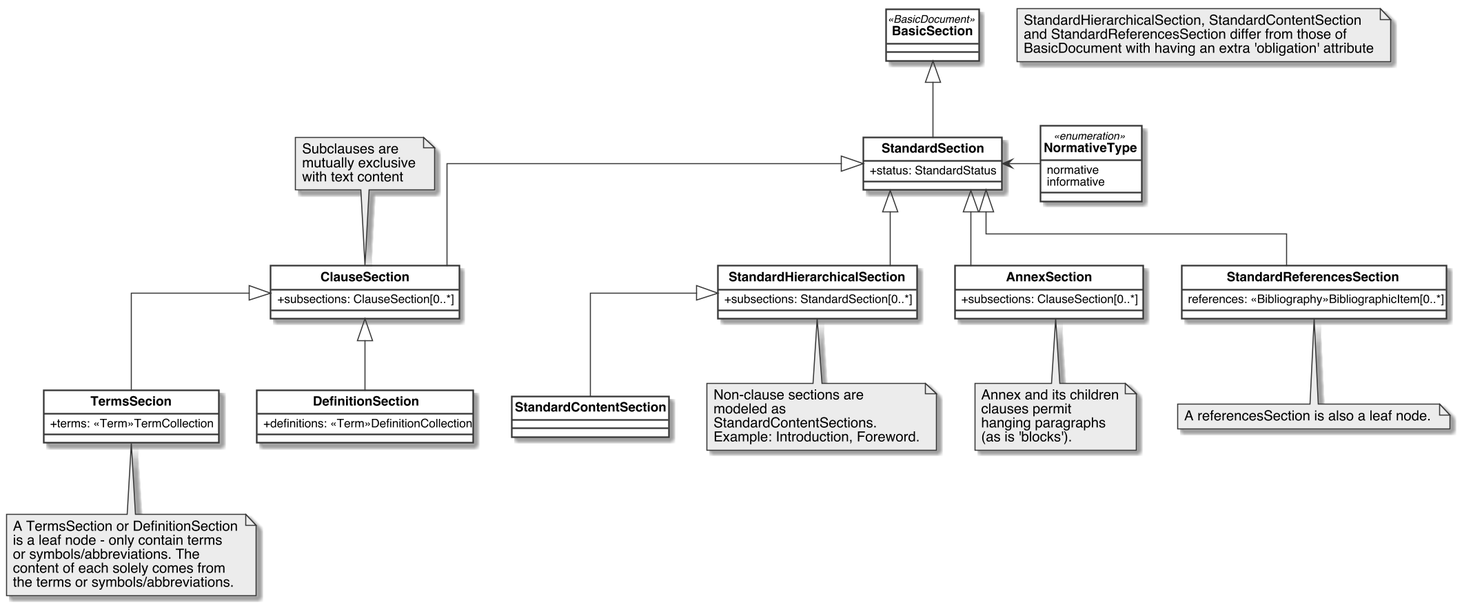
The PlantUML diagram standoc/images/StandardDoc_Sections.png in metanorma/standoc-models, before a commit. The source it was exported from:
```plantuml
@startuml StandardDoc_Sections

skinparam classAttributeIconSize 0
skinparam Dpi 150
skinparam Monochrome true
skinparam LineType ortho
hide circle
skinparam Default {
TextAlignment center
FontName Helvetica
}
skinparam Class {
AttributeIconSize 0
BackgroundColor White
FontStyle bold
StereotypeFontSize 10
}
skinparam Rectangle {
BackgroundColor White
FontStyle bold
FontSize 11
StereotypeFontSize 10
}
skinparam Object {
BackgroundColor White
FontStyle bold
FontSize 11
StereotypeFontSize 10
}

skinparam Entity {
StereotypeFontSize 10
}

class BasicSection <<BasicDocument>> {

}

class StandardSection {
    +status: StandardStatus
}

class StandardHierarchicalSection{
    +subsections: StandardSection[0..*]
}

class StandardContentSection{

}

class ClauseSection{
    +subsections: ClauseSection[0..*]
}

class TermsSecion{
    +terms: <<Term>>TermCollection
}

class DefinitionSection{
    +definitions: <<Term>>DefinitionCollection
}

class AnnexSection{
    +subsections: ClauseSection[0..*]
}

class StandardReferencesSection{
    references: <<Bibliography>>BibliographicItem[0..*]
}

enum NormativeType <<enumeration>>{
    normative
    informative
}

note "StandardHierarchicalSection, StandardContentSection\nand StandardReferencesSection differ from those of\nBasicDocument with having an extra 'obligation' attribute" as N1
note bottom of StandardHierarchicalSection: Non-clause sections are\nmodeled as\nStandardContentSections.\nExample: Introduction, Foreword.
note top of ClauseSection: Subclauses are\nmutually exclusive\nwith text content
note bottom of TermsSecion: A TermsSection or DefinitionSection\nis a leaf node - only contain terms\nor symbols/abbreviations. The\ncontent of each solely comes from\nthe terms or symbols/abbreviations.
note bottom of AnnexSection: Annex and its children\nclauses permit\nhanging paragraphs\n(as is 'blocks').
note bottom of StandardReferencesSection: A referencesSection is also a leaf node.

BasicSection <|-- StandardSection

StandardSection <-left- NormativeType
StandardSection <|-- StandardHierarchicalSection
StandardSection <|-- ClauseSection
StandardSection <|-- AnnexSection
StandardSection <|-- StandardReferencesSection

StandardHierarchicalSection <|-- StandardContentSection

ClauseSection <|-- TermsSecion
ClauseSection <|-- DefinitionSection

@enduml
```
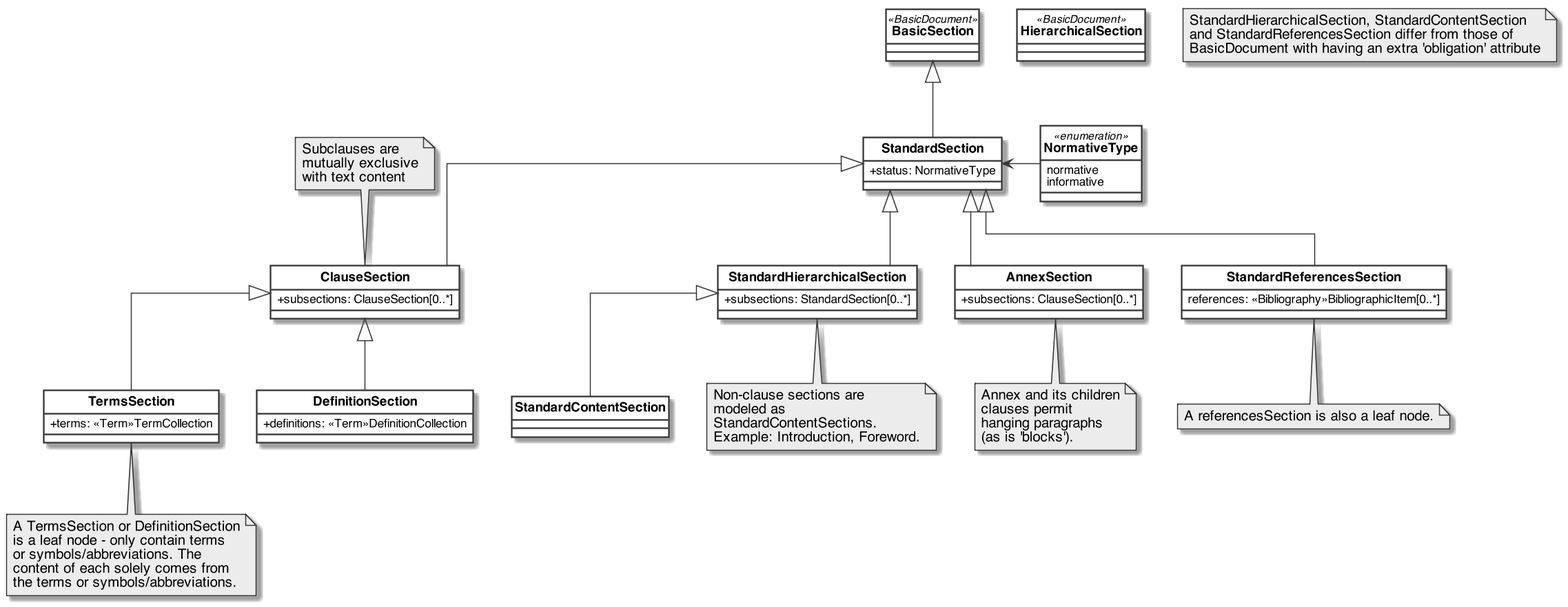
After the commit.

Change to the diagram source:
```diff
@@ -33,11 +33,13 @@
 }
 
 class BasicSection <<BasicDocument>> {
+}
 
+class HierarchicalSection <<BasicDocument>> {
 }
 
 class StandardSection {
-    +status: StandardStatus
+    +status: NormativeType
 }
 
 class StandardHierarchicalSection{
@@ -52,7 +54,7 @@
     +subsections: ClauseSection[0..*]
 }
 
-class TermsSecion{
+class TermsSection{
     +terms: <<Term>>TermCollection
 }
 
@@ -76,7 +78,7 @@
 note "StandardHierarchicalSection, StandardContentSection\nand StandardReferencesSection differ from those of\nBasicDocument with having an extra 'obligation' attribute" as N1
 note bottom of StandardHierarchicalSection: Non-clause sections are\nmodeled as\nStandardContentSections.\nExample: Introduction, Foreword.
 note top of ClauseSection: Subclauses are\nmutually exclusive\nwith text content
-note bottom of TermsSecion: A TermsSection or DefinitionSection\nis a leaf node - only contain terms\nor symbols/abbreviations. The\ncontent of each solely comes from\nthe terms or symbols/abbreviations.
+note bottom of TermsSection: A TermsSection or DefinitionSection\nis a leaf node - only contain terms\nor symbols/abbreviations. The\ncontent of each solely comes from\nthe terms or symbols/abbreviations.
 note bottom of AnnexSection: Annex and its children\nclauses permit\nhanging paragraphs\n(as is 'blocks').
 note bottom of StandardReferencesSection: A referencesSection is also a leaf node.
 
@@ -90,7 +92,7 @@
 
 StandardHierarchicalSection <|-- StandardContentSection
 
-ClauseSection <|-- TermsSecion
+ClauseSection <|-- TermsSection
 ClauseSection <|-- DefinitionSection
 
 @enduml
```
